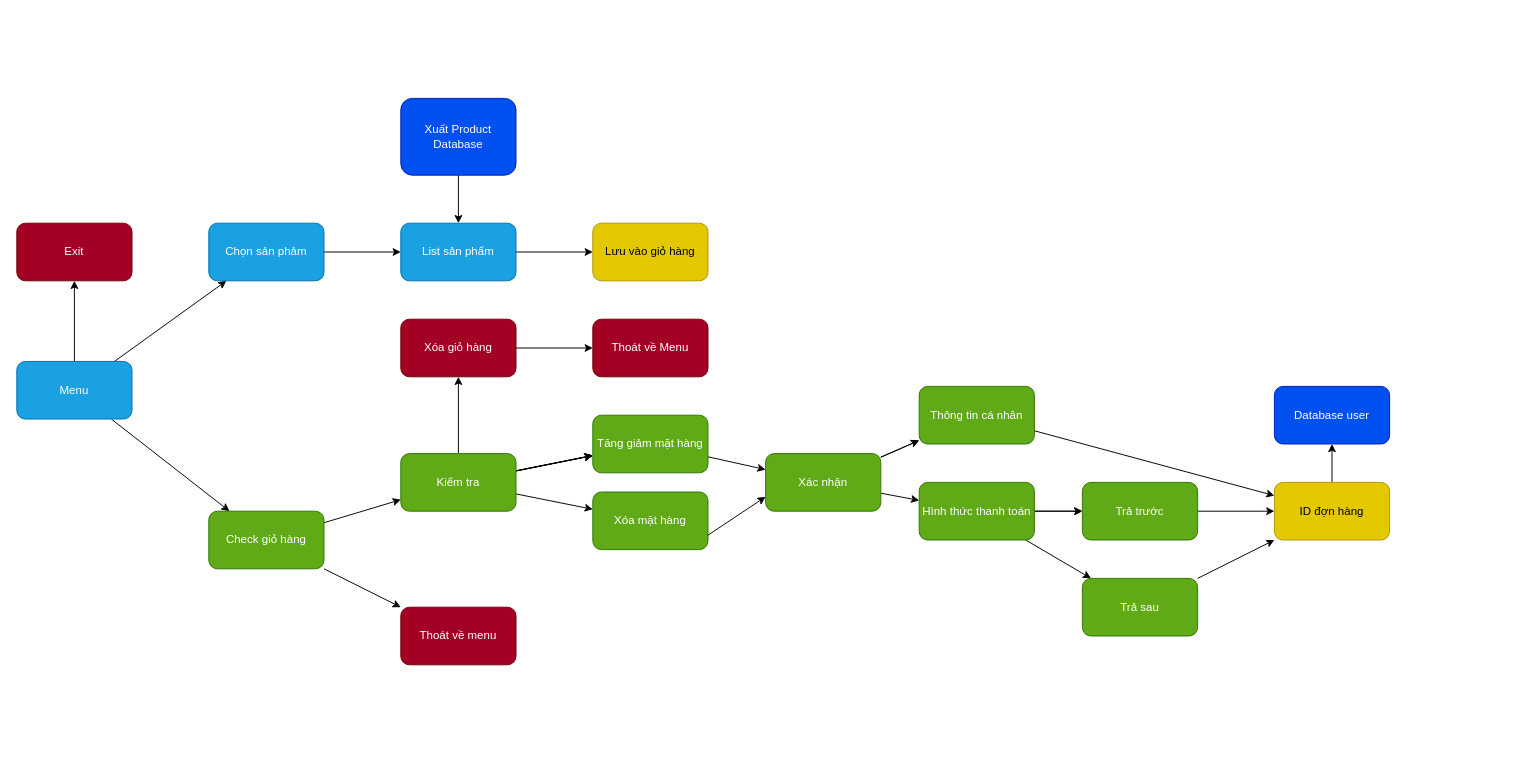
This is funtion.drawio from Kuzara365/Project-C, a draw.io file, before an edit. Source tidied: cells renumbered, new cells numbered last; positions are measured from the earlier drawing's top-left corner, leaving out a move shared by most shapes. Both pictures are drawn from the tidied source at 96%, with x=0, y=0 at pixel (16, 98).
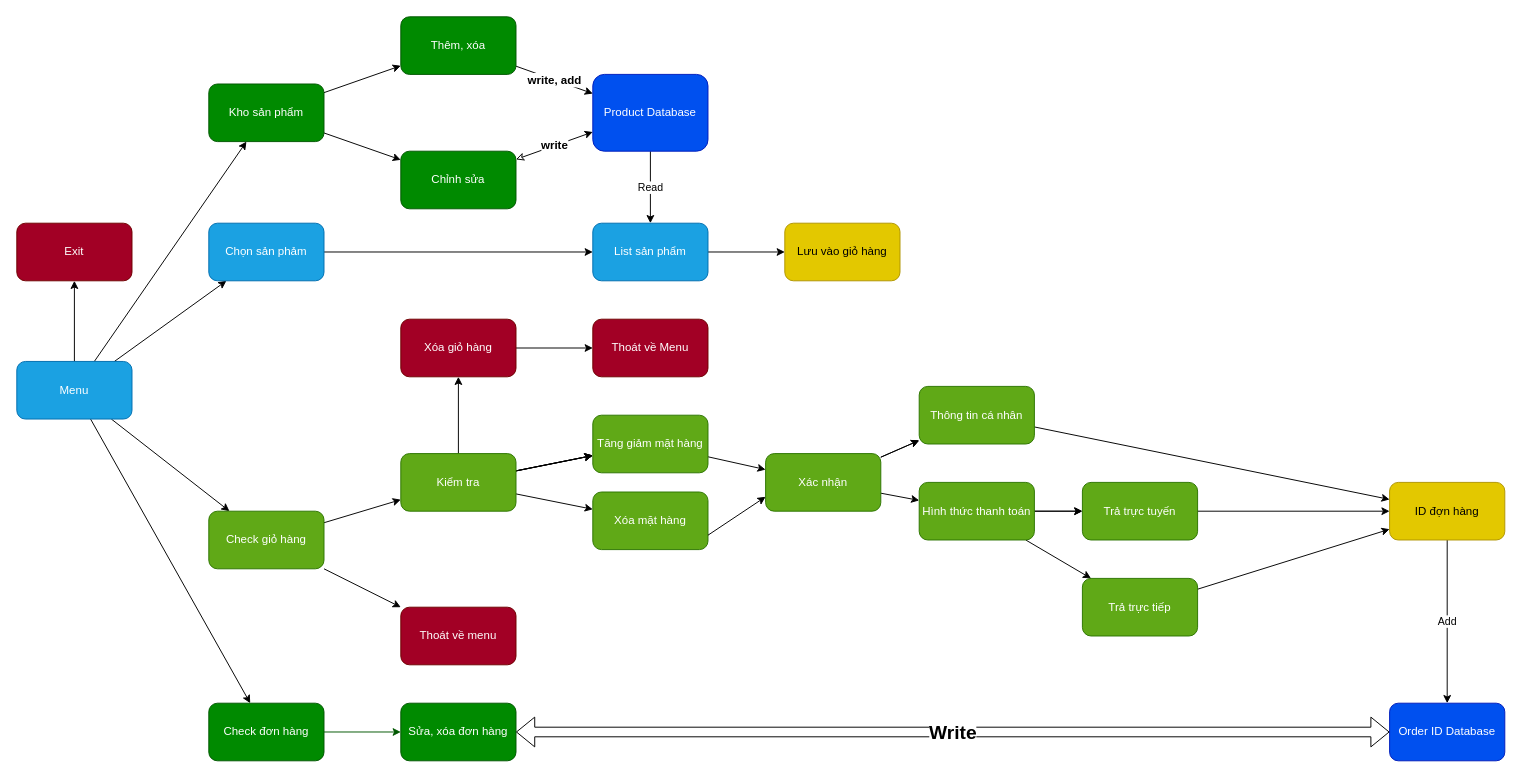
After the change.

The change refers to these unchanged cells:
```xml
<mxCell id="5" value="Menu" style="rounded=1;whiteSpace=wrap;html=1;fillColor=#1ba1e2;fontColor=#ffffff;strokeColor=#006EAF;" parent="1" vertex="1">
  <mxGeometry y="274" width="120" height="60" as="geometry" />
</mxCell>
<mxCell id="11" value="Chọn sản phảm" style="whiteSpace=wrap;html=1;rounded=1;fillColor=#1ba1e2;fontColor=#ffffff;strokeColor=#006EAF;" parent="1" vertex="1">
  <mxGeometry x="200" y="130" width="120" height="60" as="geometry" />
</mxCell>
```

Diff of the diagram source:
```diff
@@
+    <mxCell id="49" style="edgeStyle=none;html=1;" parent="1" edge="1" source="5" target="52">
+      <mxGeometry relative="1" as="geometry" />
+    </mxCell>
+    <mxCell id="50" style="edgeStyle=none;html=1;startArrow=none;startFill=0;" parent="1" edge="1" source="5" target="57">
+      <mxGeometry relative="1" as="geometry" />
+    </mxCell>
@@
-    <mxCell id="10" style="edgeStyle=none;html=1;" parent="1" edge="1" source="11" target="14">
+    <mxCell id="10" style="edgeStyle=none;html=1;exitX=1;exitY=0.5;exitDx=0;exitDy=0;" parent="1" edge="1" source="11" target="14">
       <mxGeometry relative="1" as="geometry" />
     </mxCell>
@@
-    <mxCell id="12" style="edgeStyle=none;html=1;" parent="1" edge="1" source="15" target="14">
+    <mxCell id="12" value="Read" style="edgeStyle=none;html=1;" parent="1" edge="1" source="15" target="14">
       <mxGeometry relative="1" as="geometry" />
     </mxCell>
@@
     <mxCell id="14" value="List sản phẩm" style="whiteSpace=wrap;html=1;rounded=1;fillColor=#1ba1e2;fontColor=#ffffff;strokeColor=#006EAF;" parent="1" vertex="1">
-      <mxGeometry x="400" y="130" width="120" height="60" as="geometry" />
+      <mxGeometry x="600" y="130" width="120" height="60" as="geometry" />
     </mxCell>
-    <mxCell id="15" value="Xuất Product Database" style="whiteSpace=wrap;html=1;rounded=1;fillColor=#0050ef;fontColor=#ffffff;strokeColor=#001DBC;" parent="1" vertex="1">
-      <mxGeometry x="400" width="120" height="80" as="geometry" />
+    <mxCell id="15" value="Product Database" style="whiteSpace=wrap;html=1;rounded=1;fillColor=#0050ef;fontColor=#ffffff;strokeColor=#001DBC;" parent="1" vertex="1">
+      <mxGeometry x="600" y="-25" width="120" height="80" as="geometry" />
     </mxCell>
     <mxCell id="16" value="Lưu vào giỏ hàng" style="whiteSpace=wrap;html=1;rounded=1;fillColor=#e3c800;fontColor=#000000;strokeColor=#B09500;" parent="1" vertex="1">
-      <mxGeometry x="600" y="130" width="120" height="60" as="geometry" />
+      <mxGeometry x="800" y="130" width="120" height="60" as="geometry" />
     </mxCell>
@@
-    <mxCell id="42" style="edgeStyle=none;html=1;" parent="1" edge="1" source="43" target="47">
+    <mxCell id="42" style="edgeStyle=none;html=1;startArrow=none;exitX=1;exitY=0.5;exitDx=0;exitDy=0;" parent="1" edge="1" source="43" target="47">
       <mxGeometry relative="1" as="geometry" />
     </mxCell>
-    <mxCell id="43" value="Trả trước" style="whiteSpace=wrap;html=1;rounded=1;fillColor=#60a917;fontColor=#ffffff;strokeColor=#2D7600;" parent="1" vertex="1">
+    <mxCell id="43" value="Trả trực tuyến" style="whiteSpace=wrap;html=1;rounded=1;fillColor=#60a917;fontColor=#ffffff;strokeColor=#2D7600;" parent="1" vertex="1">
       <mxGeometry x="1110" y="400" width="120" height="60" as="geometry" />
     </mxCell>
@@
-    <mxCell id="45" value="Trả sau" style="whiteSpace=wrap;html=1;rounded=1;fillColor=#60a917;fontColor=#ffffff;strokeColor=#2D7600;" parent="1" vertex="1">
+    <mxCell id="45" value="Trả trực tiếp" style="whiteSpace=wrap;html=1;rounded=1;fillColor=#60a917;fontColor=#ffffff;strokeColor=#2D7600;" parent="1" vertex="1">
       <mxGeometry x="1110" y="500" width="120" height="60" as="geometry" />
     </mxCell>
-    <mxCell id="46" style="edgeStyle=none;html=1;" parent="1" edge="1" source="47" target="48">
+    <mxCell id="46" value="Add" style="edgeStyle=none;html=1;" parent="1" edge="1" source="47" target="48">
       <mxGeometry relative="1" as="geometry" />
     </mxCell>
     <mxCell id="47" value="ID đợn hàng" style="whiteSpace=wrap;html=1;rounded=1;fillColor=#e3c800;fontColor=#000000;strokeColor=#B09500;" parent="1" vertex="1">
-      <mxGeometry x="1310" y="400" width="120" height="60" as="geometry" />
+      <mxGeometry x="1430" y="400" width="120" height="60" as="geometry" />
     </mxCell>
-    <mxCell id="48" value="Database user" style="whiteSpace=wrap;html=1;rounded=1;fillColor=#0050ef;fontColor=#ffffff;strokeColor=#001DBC;" parent="1" vertex="1">
-      <mxGeometry x="1310" y="300" width="120" height="60" as="geometry" />
+    <mxCell id="48" value="Order ID Database" style="whiteSpace=wrap;html=1;rounded=1;fillColor=#0050ef;fontColor=#ffffff;strokeColor=#001DBC;" parent="1" vertex="1">
+      <mxGeometry x="1430" y="630" width="120" height="60" as="geometry" />
     </mxCell>
+    <mxCell id="51" style="edgeStyle=none;html=1;fillColor=#008a00;strokeColor=#005700;" parent="1" edge="1" source="52" target="53">
+      <mxGeometry relative="1" as="geometry" />
+    </mxCell>
+    <mxCell id="52" value="Check đơn hàng" style="rounded=1;whiteSpace=wrap;html=1;fillColor=#008a00;fontColor=#ffffff;strokeColor=#005700;" parent="1" vertex="1">
+      <mxGeometry x="200" y="630" width="120" height="60" as="geometry" />
+    </mxCell>
+    <mxCell id="53" value="Sửa, xóa đơn hàng" style="whiteSpace=wrap;html=1;fillColor=#008a00;strokeColor=#005700;fontColor=#ffffff;rounded=1;" parent="1" vertex="1">
+      <mxGeometry x="400" y="630" width="120" height="60" as="geometry" />
+    </mxCell>
+    <mxCell id="54" value="Write" style="shape=flexArrow;endArrow=classic;startArrow=classic;html=1;exitX=1;exitY=0.5;exitDx=0;exitDy=0;entryX=0;entryY=0.5;entryDx=0;entryDy=0;fontSize=20;fontStyle=1;" parent="1" edge="1" source="53" target="48">
+      <mxGeometry relative="1" as="geometry" />
+    </mxCell>
+    <mxCell id="55" style="edgeStyle=none;html=1;startArrow=none;startFill=0;" parent="1" edge="1" source="57" target="59">
+      <mxGeometry relative="1" as="geometry" />
+    </mxCell>
+    <mxCell id="56" style="edgeStyle=none;html=1;startArrow=none;startFill=0;" parent="1" edge="1" source="57" target="61">
+      <mxGeometry relative="1" as="geometry" />
+    </mxCell>
+    <mxCell id="57" value="Kho sản phẩm" style="rounded=1;whiteSpace=wrap;html=1;fillColor=#008a00;fontColor=#ffffff;strokeColor=#005700;" parent="1" vertex="1">
+      <mxGeometry x="200" y="-15" width="120" height="60" as="geometry" />
+    </mxCell>
+    <mxCell id="58" value="write, add" style="edgeStyle=none;html=1;startArrow=none;startFill=0;entryX=0;entryY=0.25;entryDx=0;entryDy=0;fontSize=12;fontStyle=1;" parent="1" edge="1" source="59" target="15">
+      <mxGeometry relative="1" as="geometry" />
+    </mxCell>
+    <mxCell id="59" value="Thêm, xóa" style="rounded=1;whiteSpace=wrap;html=1;fillColor=#008a00;fontColor=#ffffff;strokeColor=#005700;" parent="1" vertex="1">
+      <mxGeometry x="400" y="-85" width="120" height="60" as="geometry" />
+    </mxCell>
+    <mxCell id="60" value="write" style="edgeStyle=none;html=1;entryX=0;entryY=0.75;entryDx=0;entryDy=0;startArrow=classic;startFill=0;fontSize=12;fontStyle=1;" parent="1" edge="1" source="61" target="15">
+      <mxGeometry relative="1" as="geometry" />
+    </mxCell>
+    <mxCell id="61" value="Chỉnh sửa" style="rounded=1;whiteSpace=wrap;html=1;fillColor=#008a00;fontColor=#ffffff;strokeColor=#005700;" parent="1" vertex="1">
+      <mxGeometry x="400" y="55" width="120" height="60" as="geometry" />
+    </mxCell>
```
